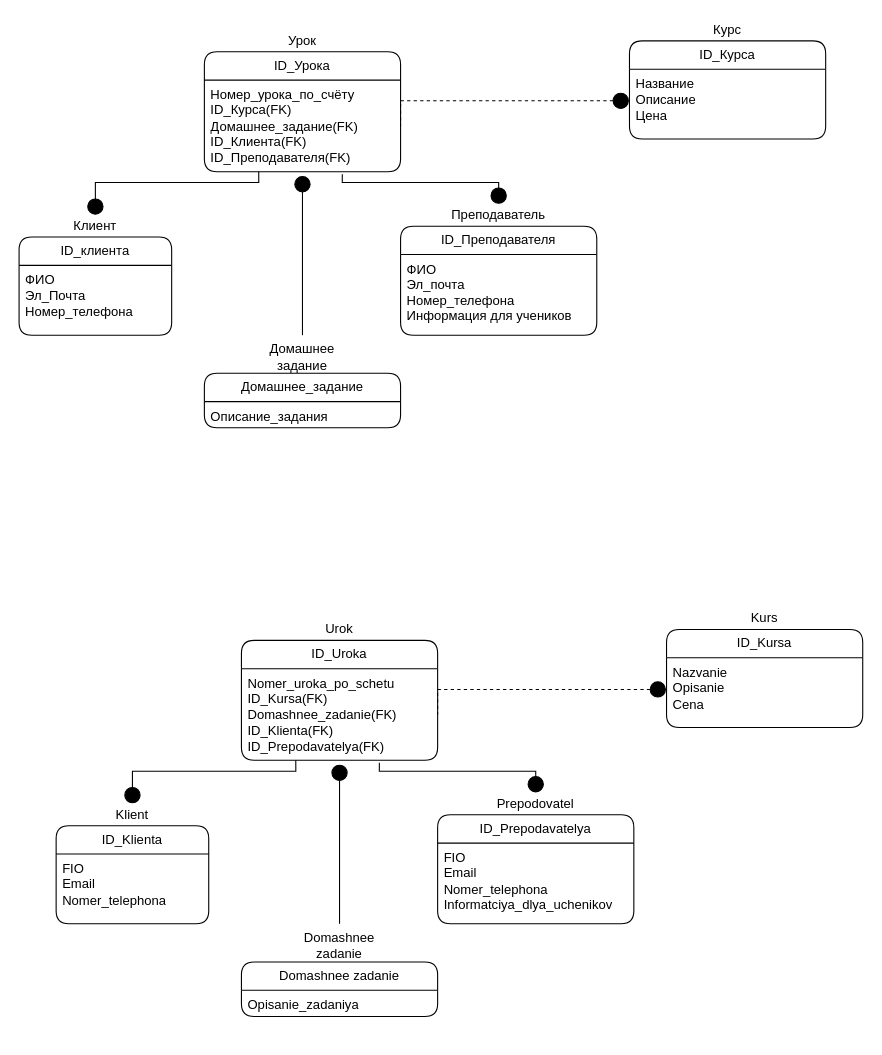
Deviky/FOREVASIAOD keeps this draw.io diagram as idef1x.drawio. Above is the earlier version. Source tidied: cells renumbered, new cells numbered last; positions are measured from the earlier drawing's top-left corner, leaving out a move shared by most shapes. Both pictures are drawn from the tidied source at 109%, with x=0, y=0 at pixel (19, 19).
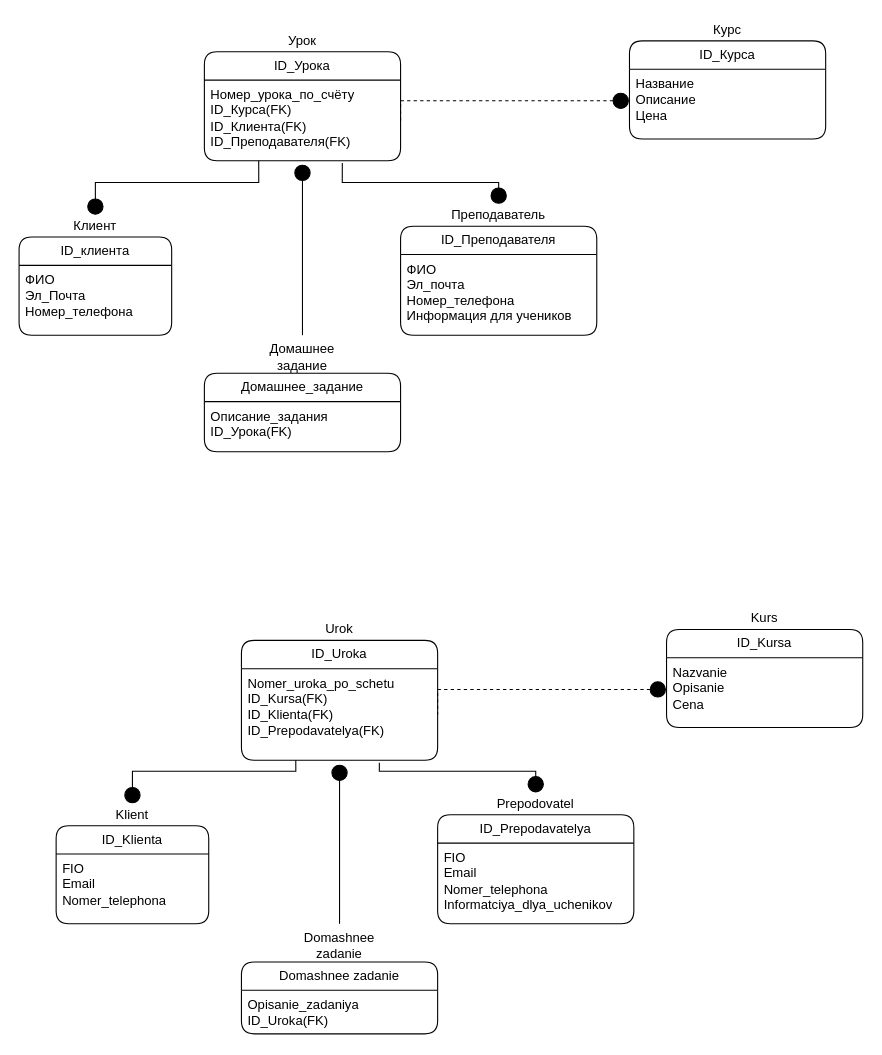
The same page after the edit.

The change refers to these unchanged cells:
```xml
<mxCell id="25" value="ID_Uroka" style="swimlane;fontStyle=0;horizontal=1;startSize=26;fillColor=none;whiteSpace=wrap;html=1;rounded=1;" parent="1" vertex="1">
  <mxGeometry x="204" y="570" width="180" height="110" as="geometry" />
</mxCell>
```

Diff of the diagram source:
```diff
@@
     <mxCell id="6" value="ID_Урока" style="swimlane;fontStyle=0;horizontal=1;startSize=26;fillColor=none;whiteSpace=wrap;html=1;rounded=1;" parent="1" vertex="1">
-      <mxGeometry x="170" y="30" width="180" height="110" as="geometry" />
+      <mxGeometry x="170" y="30" width="180" height="100" as="geometry" />
     </mxCell>
-    <mxCell id="7" value="&lt;div&gt;Номер_урока_по_счёту&lt;/div&gt;&lt;div&gt;ID_Курса(FK)&lt;/div&gt;&lt;div&gt;Домашнее_задание(FK)&lt;/div&gt;&lt;div&gt;ID_Клиента(FK)&lt;/div&gt;&lt;div&gt;ID_Преподавателя(FK)&lt;/div&gt;" style="text;strokeColor=none;fillColor=none;align=left;verticalAlign=top;spacingLeft=4;spacingRight=4;overflow=hidden;points=[[0,0.5],[1,0.5]];portConstraint=eastwest;whiteSpace=wrap;html=1;" parent="6" vertex="1">
-      <mxGeometry y="26" width="180" height="84" as="geometry" />
+    <mxCell id="7" value="&lt;div&gt;Номер_урока_по_счёту&lt;/div&gt;&lt;div&gt;ID_Курса(FK)&lt;/div&gt;&lt;div&gt;ID_Клиента(FK)&lt;/div&gt;&lt;div&gt;ID_Преподавателя(FK)&lt;/div&gt;" style="text;strokeColor=none;fillColor=none;align=left;verticalAlign=top;spacingLeft=4;spacingRight=4;overflow=hidden;points=[[0,0.5],[1,0.5]];portConstraint=eastwest;whiteSpace=wrap;html=1;" parent="6" vertex="1">
+      <mxGeometry y="26" width="180" height="74" as="geometry" />
     </mxCell>
@@
     <mxCell id="10" value="Домашнее_задание" style="swimlane;fontStyle=0;horizontal=1;startSize=26;fillColor=none;whiteSpace=wrap;html=1;rounded=1;" parent="1" vertex="1">
-      <mxGeometry x="170" y="325" width="180" height="50" as="geometry" />
+      <mxGeometry x="170" y="325" width="180" height="72" as="geometry" />
     </mxCell>
-    <mxCell id="11" value="Описание_задания" style="text;strokeColor=none;fillColor=none;align=left;verticalAlign=top;spacingLeft=4;spacingRight=4;overflow=hidden;whiteSpace=wrap;html=1;" parent="10" vertex="1">
-      <mxGeometry y="26" width="180" height="24" as="geometry" />
+    <mxCell id="11" value="Описание_задания&lt;br&gt;ID_Урока(FK)" style="text;strokeColor=none;fillColor=none;align=left;verticalAlign=top;spacingLeft=4;spacingRight=4;overflow=hidden;whiteSpace=wrap;html=1;" parent="10" vertex="1">
+      <mxGeometry y="26" width="180" height="46" as="geometry" />
     </mxCell>
@@
-    <mxCell id="26" value="&lt;div&gt;Nomer_uroka_po_schetu&lt;/div&gt;&lt;div&gt;ID_Kursa(FK)&lt;/div&gt;&lt;div&gt;Domashnee_zadanie(FK)&lt;/div&gt;&lt;div&gt;ID_Klienta(FK)&lt;/div&gt;&lt;div&gt;ID_Prepodavatelya(FK)&lt;/div&gt;" style="text;strokeColor=none;fillColor=none;align=left;verticalAlign=top;spacingLeft=4;spacingRight=4;overflow=hidden;points=[[0,0.5],[1,0.5]];portConstraint=eastwest;whiteSpace=wrap;html=1;" parent="25" vertex="1">
+    <mxCell id="26" value="&lt;div&gt;Nomer_uroka_po_schetu&lt;/div&gt;&lt;div&gt;ID_Kursa(FK)&lt;/div&gt;&lt;div&gt;ID_Klienta(FK)&lt;/div&gt;&lt;div&gt;ID_Prepodavatelya(FK)&lt;/div&gt;" style="text;strokeColor=none;fillColor=none;align=left;verticalAlign=top;spacingLeft=4;spacingRight=4;overflow=hidden;points=[[0,0.5],[1,0.5]];portConstraint=eastwest;whiteSpace=wrap;html=1;" parent="25" vertex="1">
       <mxGeometry y="26" width="180" height="84" as="geometry" />
     </mxCell>
@@
     <mxCell id="29" value="Domashnee zadanie" style="swimlane;fontStyle=0;horizontal=1;startSize=26;fillColor=none;whiteSpace=wrap;html=1;rounded=1;" parent="1" vertex="1">
-      <mxGeometry x="204" y="865" width="180" height="50" as="geometry" />
+      <mxGeometry x="204" y="865" width="180" height="66" as="geometry" />
     </mxCell>
-    <mxCell id="30" value="Opisanie_zadaniya" style="text;strokeColor=none;fillColor=none;align=left;verticalAlign=top;spacingLeft=4;spacingRight=4;overflow=hidden;whiteSpace=wrap;html=1;" parent="29" vertex="1">
-      <mxGeometry y="26" width="180" height="24" as="geometry" />
+    <mxCell id="30" value="Opisanie_zadaniya&lt;div&gt;ID_Uroka(FK)&lt;/div&gt;" style="text;strokeColor=none;fillColor=none;align=left;verticalAlign=top;spacingLeft=4;spacingRight=4;overflow=hidden;whiteSpace=wrap;html=1;" parent="29" vertex="1">
+      <mxGeometry y="26" width="180" height="40" as="geometry" />
     </mxCell>
```
